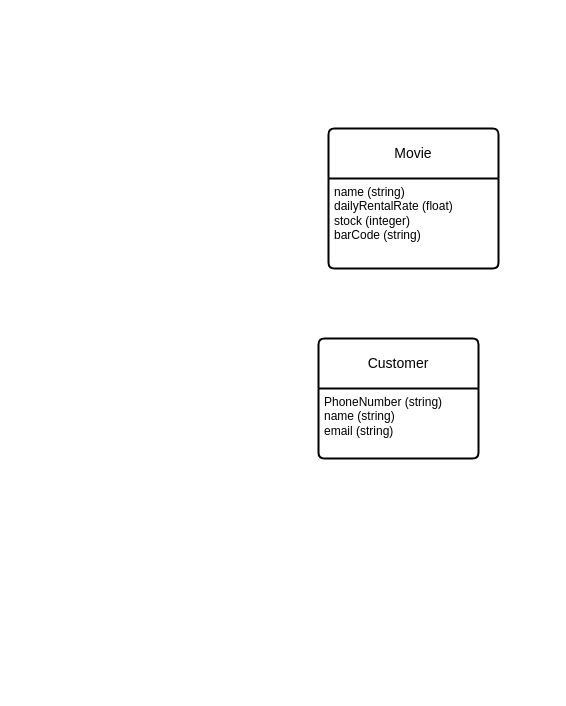
Before: vidly.drawio in Tony-Ndereva/ER-diagrams, a draw.io diagram. Source tidied: cells renumbered, new cells numbered last; positions are measured from the earlier drawing's top-left corner, leaving out a move shared by most shapes. Both pictures are drawn from the tidied source at 100%, with x=0, y=0 at pixel (318, 128).
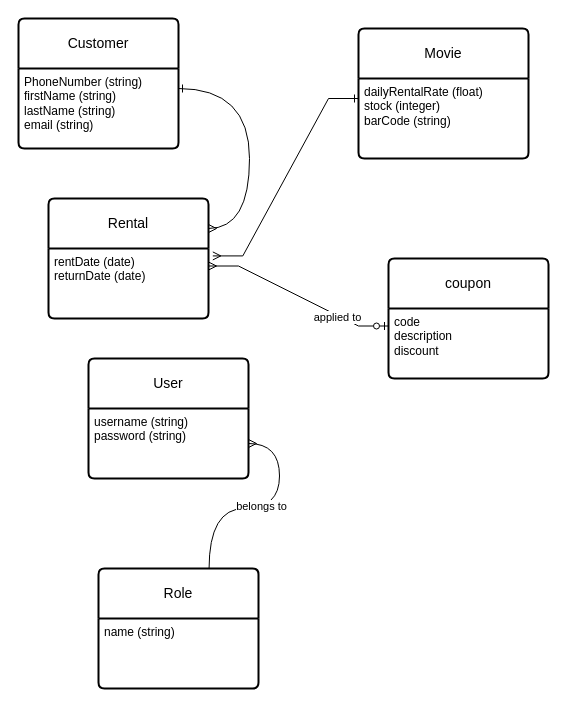
The same diagram, later.

Change to the diagram source:
```diff
@@
     <mxCell id="2" value="Movie" style="swimlane;horizontal=1;startSize=50;rounded=1;fontSize=14;fontStyle=0;strokeWidth=2;shadow=0;dashed=0;align=center;arcSize=4;whiteSpace=wrap;html=1;" parent="1" vertex="1">
-      <mxGeometry x="10" width="170" height="140" as="geometry" />
+      <mxGeometry x="40" y="-100" width="170" height="130" as="geometry" />
     </mxCell>
-    <mxCell id="3" value="name (string)&lt;br&gt;dailyRentalRate (float)&lt;br&gt;stock (integer)&lt;br&gt;barCode (string)" style="align=left;strokeColor=none;fillColor=none;spacingLeft=4;fontSize=12;verticalAlign=top;html=1;" parent="2" vertex="1">
-      <mxGeometry y="50" width="170" height="90" as="geometry" />
+    <mxCell id="3" value="dailyRentalRate (float)&lt;br&gt;stock (integer)&lt;br&gt;barCode (string)" style="align=left;strokeColor=none;fillColor=none;spacingLeft=4;fontSize=12;verticalAlign=top;html=1;" parent="2" vertex="1">
+      <mxGeometry y="50" width="170" height="80" as="geometry" />
     </mxCell>
     <mxCell id="4" value="Customer" style="swimlane;horizontal=1;startSize=50;rounded=1;fontSize=14;fontStyle=0;strokeWidth=2;shadow=0;dashed=0;align=center;arcSize=4;whiteSpace=wrap;html=1;" parent="1" vertex="1">
-      <mxGeometry y="210" width="160" height="120" as="geometry" />
+      <mxGeometry x="-300" y="-110" width="160" height="130" as="geometry" />
     </mxCell>
-    <mxCell id="5" value="PhoneNumber (string)&lt;br&gt;name (string)&lt;br&gt;email (string)&lt;br&gt;" style="align=left;strokeColor=none;fillColor=none;spacingLeft=4;fontSize=12;verticalAlign=top;html=1;" parent="4" vertex="1">
-      <mxGeometry y="50" width="160" height="70" as="geometry" />
+    <mxCell id="5" value="PhoneNumber (string)&lt;br&gt;firstName (string)&lt;br style=&quot;border-color: var(--border-color);&quot;&gt;lastName (string)&lt;br&gt;email (string)" style="align=left;strokeColor=none;fillColor=none;spacingLeft=4;fontSize=12;verticalAlign=top;html=1;" parent="4" vertex="1">
+      <mxGeometry y="50" width="160" height="80" as="geometry" />
     </mxCell>
+    <mxCell id="6" value="User" style="swimlane;horizontal=1;startSize=50;rounded=1;fontSize=14;fontStyle=0;strokeWidth=2;shadow=0;dashed=0;align=center;arcSize=4;whiteSpace=wrap;html=1;" parent="1" vertex="1">
+      <mxGeometry x="-230" y="230" width="160" height="120" as="geometry" />
+    </mxCell>
+    <mxCell id="7" value="username (string)&lt;br&gt;password (string)" style="align=left;strokeColor=none;fillColor=none;spacingLeft=4;fontSize=12;verticalAlign=top;html=1;" parent="6" vertex="1">
+      <mxGeometry y="50" width="160" height="70" as="geometry" />
+    </mxCell>
+    <mxCell id="8" style="edgeStyle=entityRelationEdgeStyle;fontSize=12;html=1;endArrow=ERone;startArrow=ERmany;rounded=0;entryX=0;entryY=0.25;entryDx=0;entryDy=0;entryPerimeter=0;exitX=1.027;exitY=0.106;exitDx=0;exitDy=0;exitPerimeter=0;endFill=0;" parent="1" edge="1" source="10" target="3">
+      <mxGeometry relative="1" as="geometry" />
+    </mxCell>
+    <mxCell id="9" value="Rental" style="swimlane;horizontal=1;startSize=50;rounded=1;fontSize=14;fontStyle=0;strokeWidth=2;shadow=0;dashed=0;align=center;arcSize=4;whiteSpace=wrap;html=1;" parent="1" vertex="1">
+      <mxGeometry x="-270" y="70" width="160" height="120" as="geometry" />
+    </mxCell>
+    <mxCell id="10" value="rentDate (date)&lt;br&gt;returnDate (date)" style="align=left;strokeColor=none;fillColor=none;spacingLeft=4;fontSize=12;verticalAlign=top;html=1;" parent="9" vertex="1">
+      <mxGeometry y="50" width="160" height="70" as="geometry" />
+    </mxCell>
+    <mxCell id="11" value="coupon" style="swimlane;horizontal=1;startSize=50;rounded=1;fontSize=14;fontStyle=0;strokeWidth=2;shadow=0;dashed=0;align=center;arcSize=4;whiteSpace=wrap;html=1;" parent="1" vertex="1">
+      <mxGeometry x="70" y="130" width="160" height="120" as="geometry" />
+    </mxCell>
+    <mxCell id="12" value="code&lt;br&gt;description&lt;br&gt;discount" style="align=left;strokeColor=none;fillColor=none;spacingLeft=4;fontSize=12;verticalAlign=top;html=1;" parent="11" vertex="1">
+      <mxGeometry y="50" width="160" height="70" as="geometry" />
+    </mxCell>
+    <mxCell id="13" style="edgeStyle=entityRelationEdgeStyle;fontSize=12;html=1;endArrow=ERzeroToOne;startArrow=ERmany;rounded=0;entryX=0;entryY=0.25;entryDx=0;entryDy=0;exitX=1;exitY=0.25;exitDx=0;exitDy=0;endFill=0;" parent="1" edge="1" source="10" target="12">
+      <mxGeometry relative="1" as="geometry" />
+    </mxCell>
+    <mxCell id="14" value="applied to" style="edgeLabel;html=1;align=center;verticalAlign=middle;" parent="13" vertex="1">
+      <mxGeometry x="0.45" y="-1" relative="1" as="geometry" />
+    </mxCell>
+    <mxCell id="15" style="edgeStyle=orthogonalEdgeStyle;fontSize=12;html=1;endArrow=ERone;startArrow=ERmany;rounded=0;curved=1;exitX=1;exitY=0.25;exitDx=0;exitDy=0;entryX=1;entryY=0.25;entryDx=0;entryDy=0;endFill=0;" parent="1" edge="1" source="9" target="5">
+      <mxGeometry relative="1" as="geometry">
+        <Array as="points">
+          <mxPoint x="-69" y="100" />
+          <mxPoint x="-69" y="-40" />
+        </Array>
+      </mxGeometry>
+    </mxCell>
+    <mxCell id="16" value="Role" style="swimlane;horizontal=1;startSize=50;rounded=1;fontSize=14;fontStyle=0;strokeWidth=2;shadow=0;dashed=0;align=center;arcSize=4;whiteSpace=wrap;html=1;" parent="1" vertex="1">
+      <mxGeometry x="-220" y="440" width="160" height="120" as="geometry" />
+    </mxCell>
+    <mxCell id="17" value="name (string)" style="align=left;strokeColor=none;fillColor=none;spacingLeft=4;fontSize=12;verticalAlign=top;html=1;" parent="16" vertex="1">
+      <mxGeometry y="50" width="160" height="70" as="geometry" />
+    </mxCell>
+    <mxCell id="18" style="edgeStyle=orthogonalEdgeStyle;fontSize=12;html=1;endArrow=ERmany;rounded=0;exitX=0.691;exitY=0.004;exitDx=0;exitDy=0;exitPerimeter=0;curved=1;entryX=1;entryY=0.5;entryDx=0;entryDy=0;" parent="1" edge="1" source="16" target="7">
+      <mxGeometry relative="1" as="geometry">
+        <Array as="points">
+          <mxPoint x="-109" y="380" />
+          <mxPoint x="-39" y="380" />
+          <mxPoint x="-39" y="315" />
+        </Array>
+      </mxGeometry>
+    </mxCell>
+    <mxCell id="19" value="belongs to" style="edgeLabel;html=1;align=center;verticalAlign=middle;" parent="18" vertex="1">
+      <mxGeometry x="-0.01" y="3" relative="1" as="geometry" />
+    </mxCell>
```
